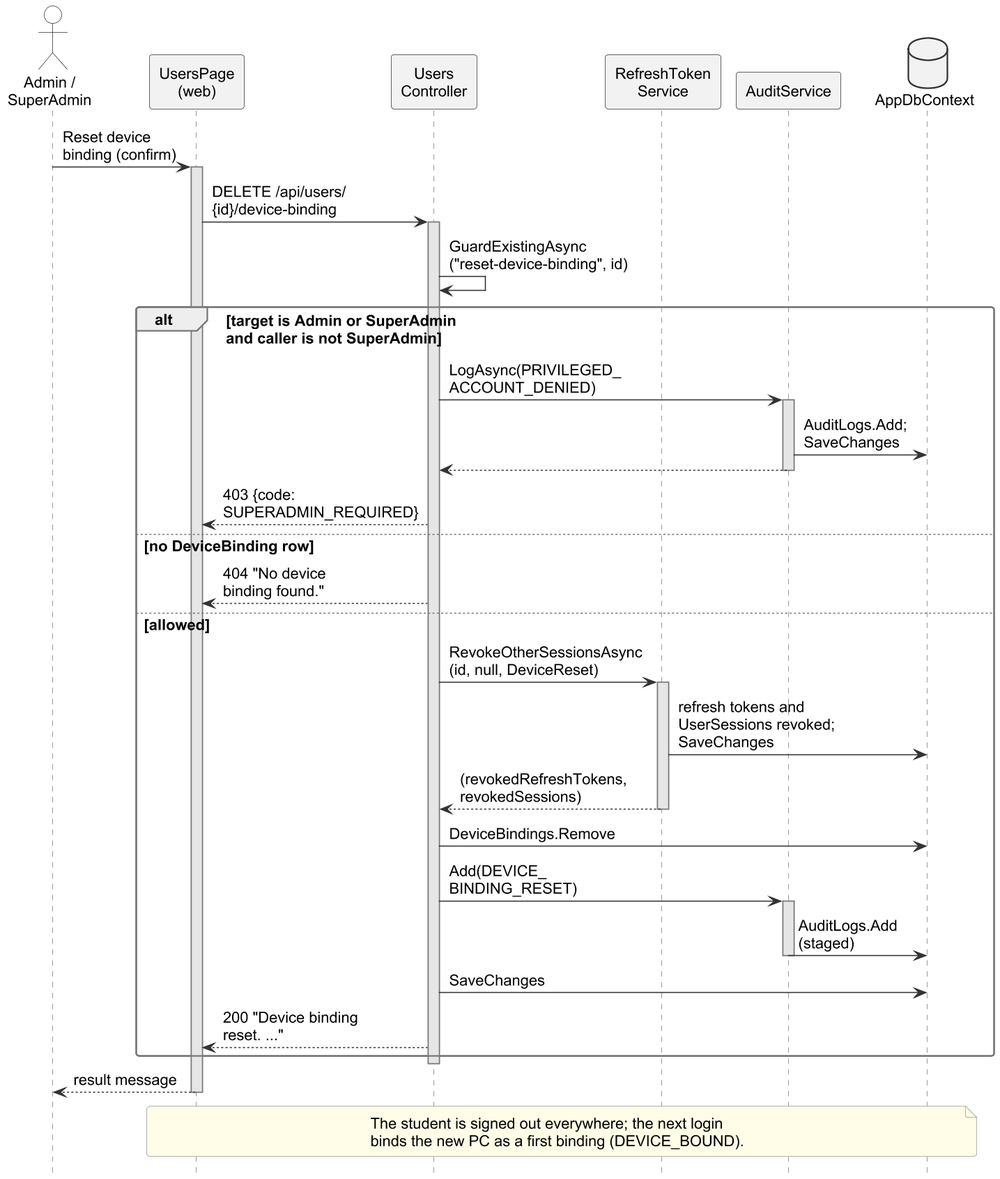
Before: important docs/fyp_doc_3chatp/Figures/seq_users_c.png, a diagram exported from PlantUML (Haiderali27-hub/AI-Lab-Monitoring-).
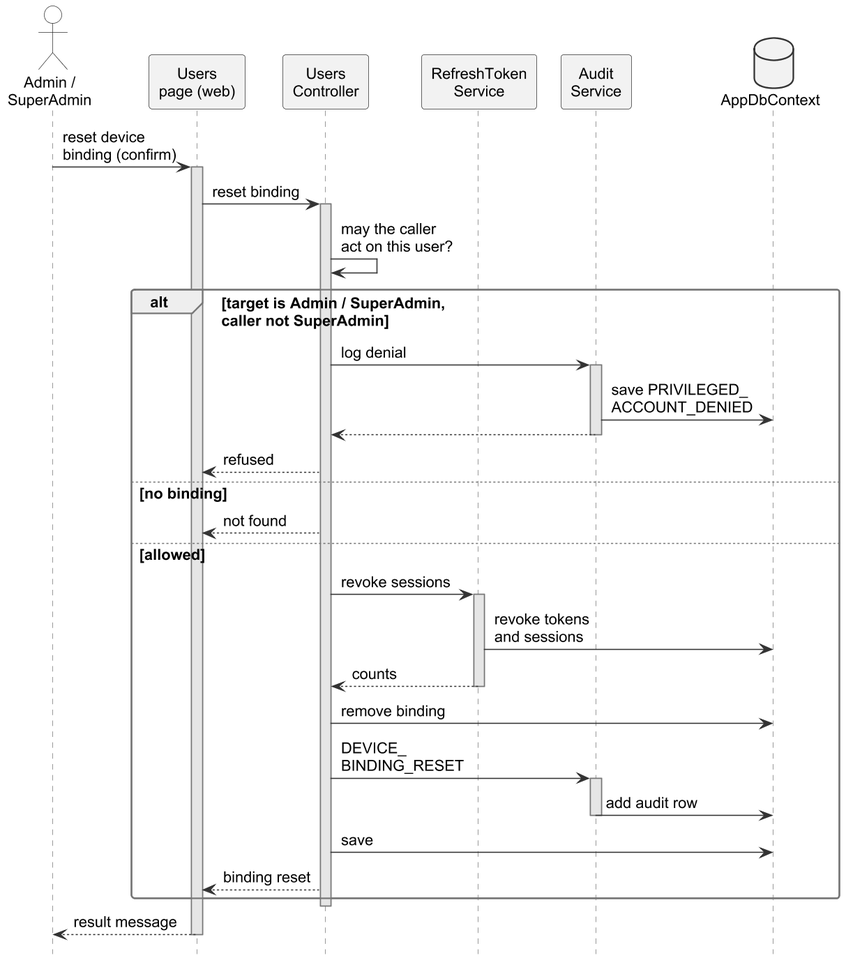
The same file after the commit.

Diff of the diagram source:
```diff
@@ -5,7 +5,7 @@
 skinparam maxMessageSize 200
 hide footbox
 hide unlinked
-skinparam ParticipantPadding 2
+skinparam ParticipantPadding 6
 skinparam BoxPadding 0
 skinparam sequence {
   MessageAlign left
@@ -13,42 +13,41 @@
 }
 
 actor "Admin /\nSuperAdmin" as A
-participant "UsersPage\n(web)" as UI
+participant "Users\npage (web)" as UI
 participant "Users\nController" as UC
 participant "RefreshToken\nService" as RT
-participant "AuditService" as AS
+participant "Audit\nService" as AS
 database "AppDbContext" as DB
 
-A -> UI : Reset device\nbinding (confirm)
+A -> UI : reset device\nbinding (confirm)
 activate UI
-UI -> UC : DELETE /api/users/\n{id}/device-binding
+UI -> UC : reset binding
 activate UC
-UC -> UC : GuardExistingAsync\n("reset-device-binding", id)
-alt target is Admin or SuperAdmin\nand caller is not SuperAdmin
-  UC -> AS : LogAsync(PRIVILEGED_\nACCOUNT_DENIED)
+UC -> UC : may the caller\nact on this user?
+alt target is Admin / SuperAdmin,\ncaller not SuperAdmin
+  UC -> AS : log denial
   activate AS
-  AS -> DB : AuditLogs.Add;\nSaveChanges
+  AS -> DB : save PRIVILEGED_\nACCOUNT_DENIED
   AS --> UC
   deactivate AS
-  UC --> UI : 403 {code:\nSUPERADMIN_REQUIRED}
-else no DeviceBinding row
-  UC --> UI : 404 "No device\nbinding found."
+  UC --> UI : refused
+else no binding
+  UC --> UI : not found
 else allowed
-  UC -> RT : RevokeOtherSessionsAsync\n(id, null, DeviceReset)
+  UC -> RT : revoke sessions
   activate RT
-  RT -> DB : refresh tokens and\nUserSessions revoked;\nSaveChanges
-  RT --> UC : (revokedRefreshTokens,\nrevokedSessions)
+  RT -> DB : revoke tokens\nand sessions
+  RT --> UC : counts
   deactivate RT
-  UC -> DB : DeviceBindings.Remove
-  UC -> AS : Add(DEVICE_\nBINDING_RESET)
+  UC -> DB : remove binding
+  UC -> AS : DEVICE_\nBINDING_RESET
   activate AS
-  AS -> DB : AuditLogs.Add\n(staged)
+  AS -> DB : add audit row
   deactivate AS
-  UC -> DB : SaveChanges
-  UC --> UI : 200 "Device binding\nreset. ..."
+  UC -> DB : save
+  UC --> UI : binding reset
 end
 deactivate UC
 UI --> A : result message
 deactivate UI
-note over UI, DB : The student is signed out everywhere; the next login\nbinds the new PC as a first binding (DEVICE_BOUND).
 @enduml
```
